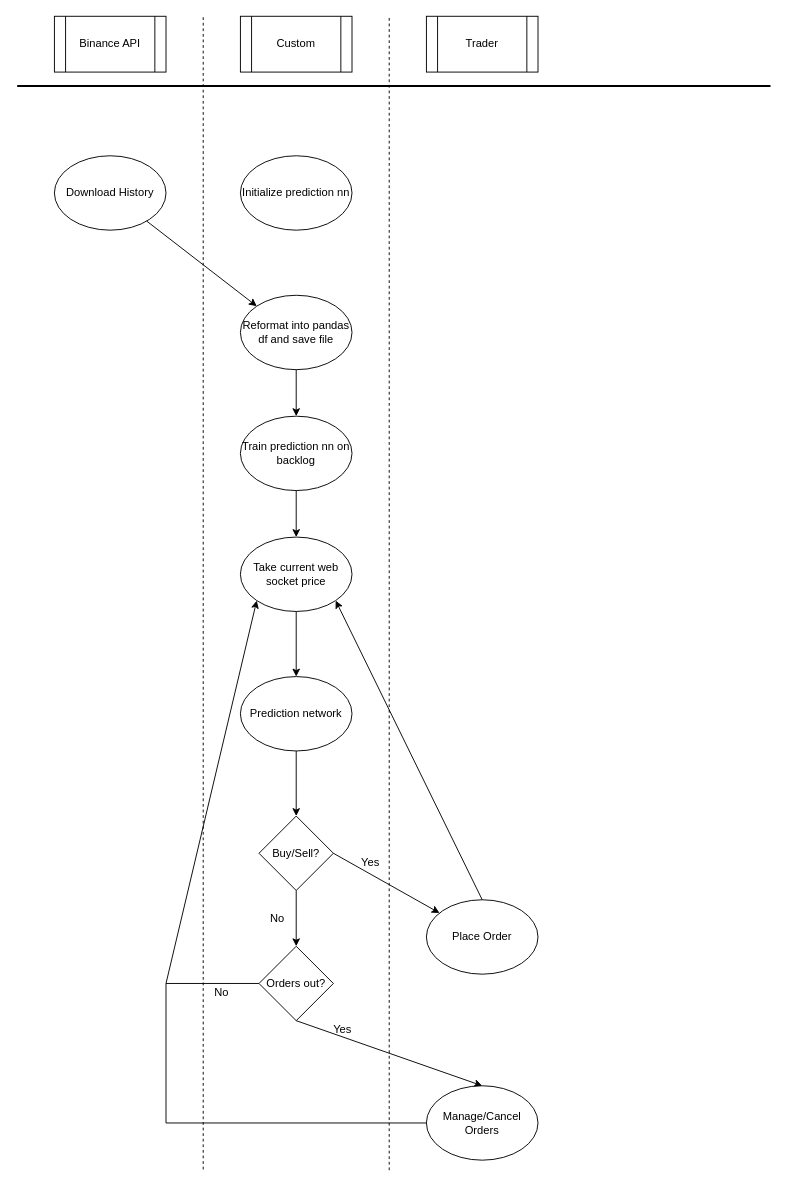
Earlier version of the draw.io diagram BigPicture.drawio (George-Mitchell-1/AI). Source tidied: cells renumbered, new cells numbered last; positions are measured from the earlier drawing's top-left corner, leaving out a move shared by most shapes. Both pictures are drawn from the tidied source at 93%, with x=0, y=0 at pixel (17, 16).
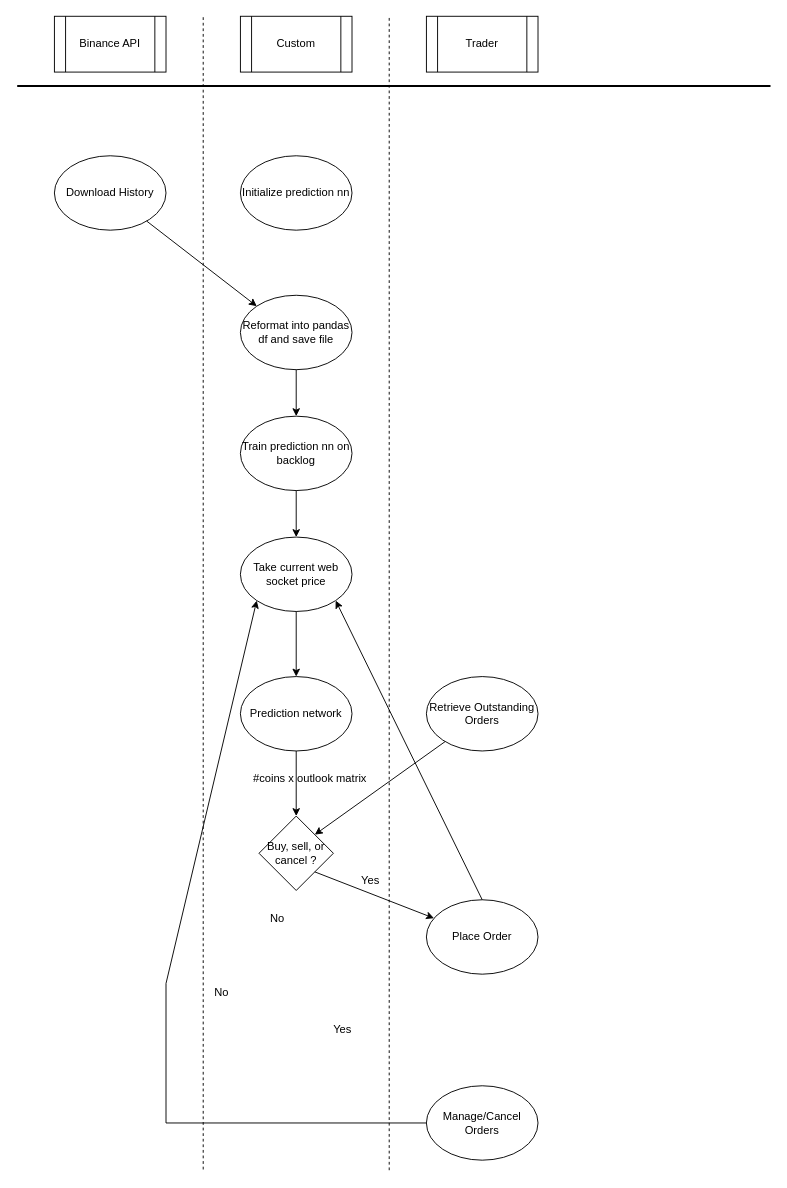
The same diagram, later.

The change refers to these unchanged cells:
```xml
<mxCell id="18" value="Place Order" style="ellipse;whiteSpace=wrap;html=1;" parent="1" vertex="1">
  <mxGeometry x="440" y="950" width="120" height="80" as="geometry" />
</mxCell>
<mxCell id="27" value="Manage/Cancel Orders" style="ellipse;whiteSpace=wrap;html=1;" parent="1" vertex="1">
  <mxGeometry x="440" y="1150" width="120" height="80" as="geometry" />
</mxCell>
```

Diff of the diagram source:
```diff
@@
-    <mxCell id="13" value="Buy/Sell?" style="rhombus;whiteSpace=wrap;html=1;" parent="1" vertex="1">
+    <mxCell id="13" value="Buy, sell, or cancel ?" style="rhombus;whiteSpace=wrap;html=1;" parent="1" vertex="1">
       <mxGeometry x="260" y="860" width="80" height="80" as="geometry" />
     </mxCell>
@@
-    <mxCell id="16" style="endArrow=classic;html=1;exitX=1;exitY=0.5;exitDx=0;exitDy=0;" parent="1" edge="1" source="13" target="18">
+    <mxCell id="16" style="endArrow=classic;html=1;exitX=1;exitY=1;exitDx=0;exitDy=0;" parent="1" edge="1" source="13" target="18">
       <mxGeometry relative="1" as="geometry" />
     </mxCell>
     <mxCell id="17" value="Yes" style="text;html=1;strokeColor=none;fillColor=none;align=center;verticalAlign=middle;whiteSpace=wrap;rounded=0;" parent="1" vertex="1">
-      <mxGeometry x="360" y="900" width="40" height="20" as="geometry" />
+      <mxGeometry x="360" y="920" width="40" height="20" as="geometry" />
     </mxCell>
@@
-    <mxCell id="22" style="endArrow=classic;html=1;exitX=0.5;exitY=1;exitDx=0;exitDy=0;entryX=0.5;entryY=0;entryDx=0;entryDy=0;" parent="1" edge="1" source="13" target="24">
-      <mxGeometry relative="1" as="geometry" />
-    </mxCell>
@@
-    <mxCell id="24" value="Orders out?" style="rhombus;whiteSpace=wrap;html=1;" parent="1" vertex="1">
-      <mxGeometry x="260" y="1000" width="80" height="80" as="geometry" />
-    </mxCell>
-    <mxCell id="25" style="endArrow=classic;html=1;exitX=0.5;exitY=1;exitDx=0;exitDy=0;entryX=0.5;entryY=0;entryDx=0;entryDy=0;" parent="1" edge="1" source="24" target="27">
-      <mxGeometry relative="1" as="geometry" />
-    </mxCell>
@@
-    <mxCell id="30" style="endArrow=none;html=1;entryX=0;entryY=0.5;entryDx=0;entryDy=0;" parent="1" edge="1" target="24">
-      <mxGeometry relative="1" as="geometry">
-        <mxPoint x="160" y="1040" as="sourcePoint" />
-      </mxGeometry>
-    </mxCell>
@@
+    <mxCell id="35" value="#coins x outlook matrix" style="text;html=1;strokeColor=none;fillColor=none;align=center;verticalAlign=middle;whiteSpace=wrap;rounded=0;" parent="1" vertex="1">
+      <mxGeometry x="250" y="810" width="130" height="20" as="geometry" />
+    </mxCell>
+    <mxCell id="36" value="Retrieve Outstanding Orders" style="ellipse;whiteSpace=wrap;html=1;" parent="1" vertex="1">
+      <mxGeometry x="440" y="710" width="120" height="80" as="geometry" />
+    </mxCell>
+    <mxCell id="37" style="endArrow=classic;html=1;entryX=1;entryY=0;entryDx=0;entryDy=0;" parent="1" edge="1" target="13">
+      <mxGeometry relative="1" as="geometry">
+        <mxPoint x="460" y="780" as="sourcePoint" />
+      </mxGeometry>
+    </mxCell>
```
